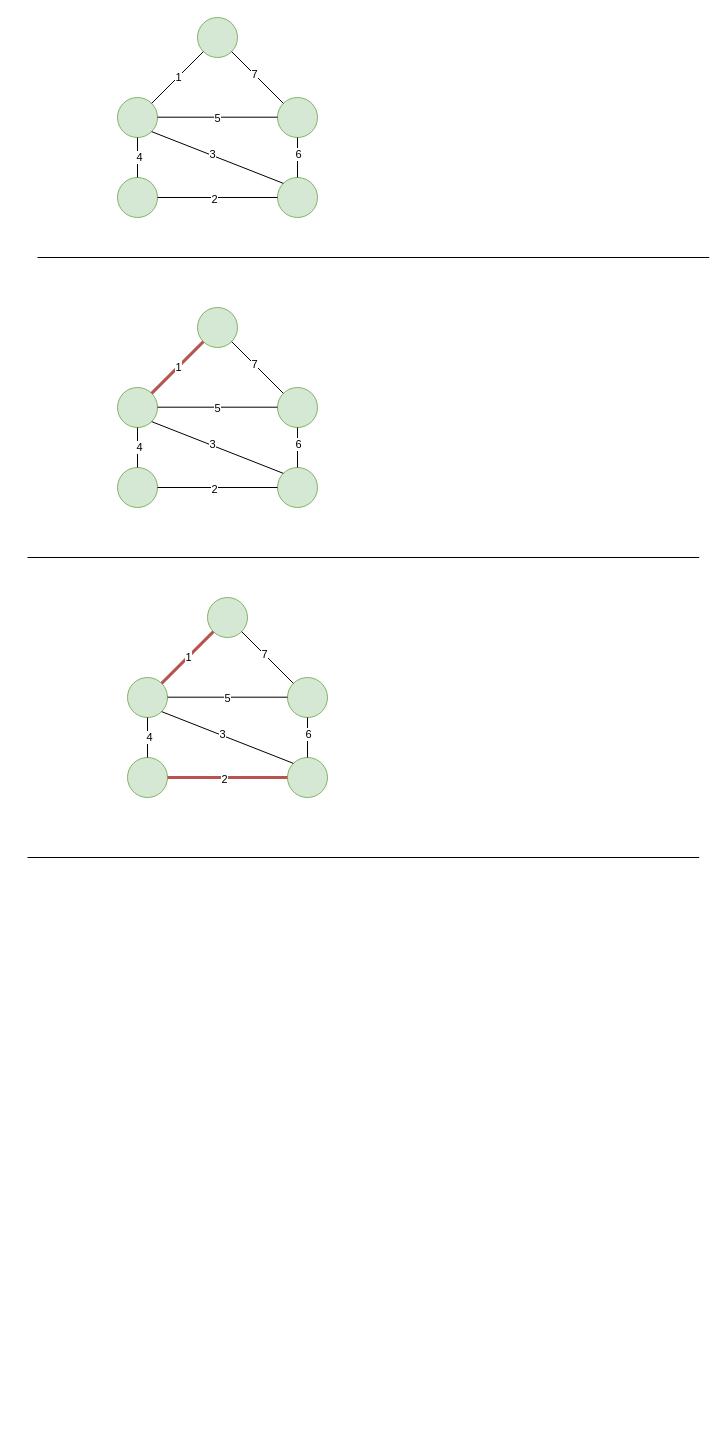
This is krushals.drawio from mahendra49/draw-io, a draw.io file, before an edit. Source tidied: cells renumbered, new cells numbered last; positions are measured from the earlier drawing's top-left corner, leaving out a move shared by most shapes. Both pictures are drawn from the tidied source at 100%, with x=0, y=0 at pixel (27, 17).
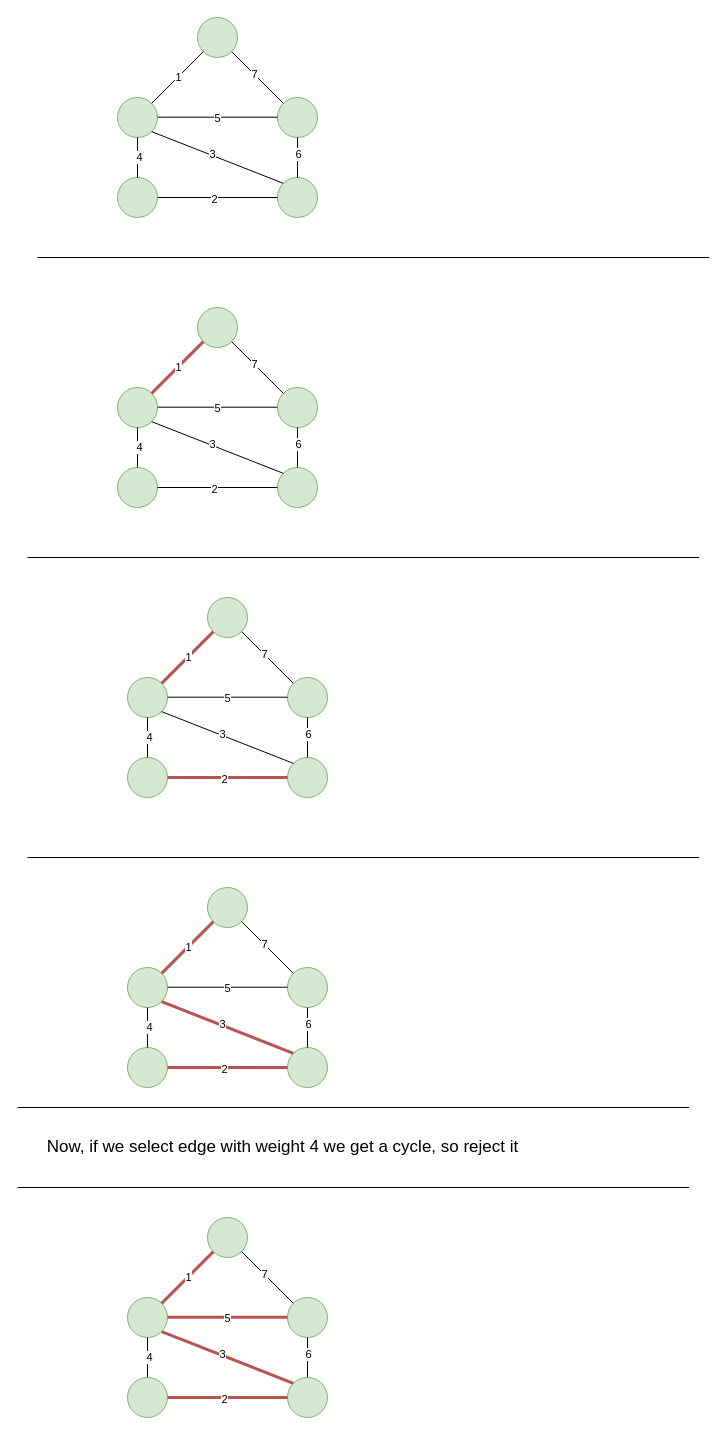
Above is the later version.

Diff of the diagram source:
```diff
@@
+    <mxCell id="62" style="ellipse;whiteSpace=wrap;html=1;fillColor=#d5e8d4;strokeColor=#82b366;" parent="1" vertex="1">
+      <mxGeometry x="180" y="870" width="40" height="40" as="geometry" />
+    </mxCell>
+    <mxCell id="63" style="ellipse;whiteSpace=wrap;html=1;fillColor=#d5e8d4;strokeColor=#82b366;" parent="1" vertex="1">
+      <mxGeometry x="100" y="950" width="40" height="40" as="geometry" />
+    </mxCell>
+    <mxCell id="64" style="ellipse;whiteSpace=wrap;html=1;fillColor=#d5e8d4;strokeColor=#82b366;" parent="1" vertex="1">
+      <mxGeometry x="260" y="950" width="40" height="40" as="geometry" />
+    </mxCell>
+    <mxCell id="65" style="ellipse;whiteSpace=wrap;html=1;fillColor=#d5e8d4;strokeColor=#82b366;" parent="1" vertex="1">
+      <mxGeometry x="100" y="1030" width="40" height="40" as="geometry" />
+    </mxCell>
+    <mxCell id="66" style="ellipse;whiteSpace=wrap;html=1;fillColor=#d5e8d4;strokeColor=#82b366;" parent="1" vertex="1">
+      <mxGeometry x="260" y="1030" width="40" height="40" as="geometry" />
+    </mxCell>
+    <mxCell id="67" style="endArrow=none;html=1;rounded=0;entryX=0;entryY=1;entryDx=0;entryDy=0;exitX=1;exitY=0;exitDx=0;exitDy=0;fillColor=#f8cecc;strokeColor=#b85450;strokeWidth=3;" parent="1" edge="1" source="63" target="62">
+      <mxGeometry relative="1" as="geometry" />
+    </mxCell>
+    <mxCell id="68" value="1" style="edgeLabel;html=1;align=center;verticalAlign=middle;" parent="67" vertex="1">
+      <mxGeometry relative="1" as="geometry" />
+    </mxCell>
+    <mxCell id="69" style="endArrow=none;html=1;rounded=0;entryX=1;entryY=1;entryDx=0;entryDy=0;exitX=0;exitY=0;exitDx=0;exitDy=0;" parent="1" edge="1" source="64" target="62">
+      <mxGeometry relative="1" as="geometry" />
+    </mxCell>
+    <mxCell id="70" value="7" style="edgeLabel;html=1;align=center;verticalAlign=middle;" parent="69" vertex="1">
+      <mxGeometry x="0.14" relative="1" as="geometry" />
+    </mxCell>
+    <mxCell id="71" style="endArrow=none;html=1;rounded=0;exitX=0.5;exitY=1;exitDx=0;exitDy=0;entryX=0.5;entryY=0;entryDx=0;entryDy=0;" parent="1" edge="1" source="63" target="65">
+      <mxGeometry relative="1" as="geometry" />
+    </mxCell>
+    <mxCell id="72" value="4" style="edgeLabel;html=1;align=center;verticalAlign=middle;" parent="71" vertex="1">
+      <mxGeometry x="-0.05" y="1" relative="1" as="geometry" />
+    </mxCell>
+    <mxCell id="73" style="endArrow=none;html=1;rounded=0;exitX=0.5;exitY=1;exitDx=0;exitDy=0;entryX=0.5;entryY=0;entryDx=0;entryDy=0;" parent="1" edge="1" source="64" target="66">
+      <mxGeometry relative="1" as="geometry" />
+    </mxCell>
+    <mxCell id="74" value="6" style="edgeLabel;html=1;align=center;verticalAlign=middle;" parent="73" vertex="1">
+      <mxGeometry x="-0.18" relative="1" as="geometry" />
+    </mxCell>
+    <mxCell id="75" style="endArrow=none;html=1;rounded=0;exitX=1;exitY=0.5;exitDx=0;exitDy=0;entryX=0;entryY=0.5;entryDx=0;entryDy=0;fillColor=#f8cecc;strokeColor=#b85450;strokeWidth=3;" parent="1" edge="1" source="65" target="66">
+      <mxGeometry relative="1" as="geometry" />
+    </mxCell>
+    <mxCell id="76" value="2" style="edgeLabel;html=1;align=center;verticalAlign=middle;" parent="75" vertex="1">
+      <mxGeometry x="-0.07" y="-1" relative="1" as="geometry" />
+    </mxCell>
+    <mxCell id="77" style="endArrow=none;html=1;rounded=0;exitX=1;exitY=0.5;exitDx=0;exitDy=0;entryX=0;entryY=0.5;entryDx=0;entryDy=0;" parent="1" edge="1">
+      <mxGeometry relative="1" as="geometry">
+        <mxPoint x="140" y="969.7" as="sourcePoint" />
+        <mxPoint x="260" y="969.7" as="targetPoint" />
+      </mxGeometry>
+    </mxCell>
+    <mxCell id="78" value="5" style="edgeLabel;html=1;align=center;verticalAlign=middle;" parent="77" vertex="1">
+      <mxGeometry x="-0.02" y="-1" relative="1" as="geometry" />
+    </mxCell>
+    <mxCell id="79" style="endArrow=none;html=1;rounded=0;exitX=1;exitY=1;exitDx=0;exitDy=0;entryX=0;entryY=0;entryDx=0;entryDy=0;fillColor=#f8cecc;strokeColor=#b85450;strokeWidth=3;" parent="1" edge="1" source="63" target="66">
+      <mxGeometry relative="1" as="geometry" />
+    </mxCell>
+    <mxCell id="80" value="3" style="edgeLabel;html=1;align=center;verticalAlign=middle;" parent="79" vertex="1">
+      <mxGeometry x="-0.1" y="1" relative="1" as="geometry" />
+    </mxCell>
+    <mxCell id="81" value="&lt;font style=&quot;font-size: 17px&quot;&gt;Now, if we select edge with weight 4 we get a cycle, so reject it&lt;/font&gt;" style="text;html=1;align=center;verticalAlign=middle;strokeColor=none;fillColor=none;" parent="1" vertex="1">
+      <mxGeometry x="10" y="1120" width="490" height="20" as="geometry" />
+    </mxCell>
+    <mxCell id="82" style="endArrow=none;html=1;rounded=0;" parent="1" edge="1">
+      <mxGeometry relative="1" as="geometry">
+        <mxPoint x="-10" y="1090" as="sourcePoint" />
+        <mxPoint x="661.7" y="1090" as="targetPoint" />
+      </mxGeometry>
+    </mxCell>
+    <mxCell id="83" style="ellipse;whiteSpace=wrap;html=1;fillColor=#d5e8d4;strokeColor=#82b366;" parent="1" vertex="1">
+      <mxGeometry x="180" y="1200" width="40" height="40" as="geometry" />
+    </mxCell>
+    <mxCell id="84" style="ellipse;whiteSpace=wrap;html=1;fillColor=#d5e8d4;strokeColor=#82b366;" parent="1" vertex="1">
+      <mxGeometry x="100" y="1280" width="40" height="40" as="geometry" />
+    </mxCell>
+    <mxCell id="85" style="ellipse;whiteSpace=wrap;html=1;fillColor=#d5e8d4;strokeColor=#82b366;" parent="1" vertex="1">
+      <mxGeometry x="260" y="1280" width="40" height="40" as="geometry" />
+    </mxCell>
+    <mxCell id="86" style="ellipse;whiteSpace=wrap;html=1;fillColor=#d5e8d4;strokeColor=#82b366;" parent="1" vertex="1">
+      <mxGeometry x="100" y="1360" width="40" height="40" as="geometry" />
+    </mxCell>
+    <mxCell id="87" style="ellipse;whiteSpace=wrap;html=1;fillColor=#d5e8d4;strokeColor=#82b366;" parent="1" vertex="1">
+      <mxGeometry x="260" y="1360" width="40" height="40" as="geometry" />
+    </mxCell>
+    <mxCell id="88" style="endArrow=none;html=1;rounded=0;entryX=0;entryY=1;entryDx=0;entryDy=0;exitX=1;exitY=0;exitDx=0;exitDy=0;fillColor=#f8cecc;strokeColor=#b85450;strokeWidth=3;" parent="1" edge="1" source="84" target="83">
+      <mxGeometry relative="1" as="geometry" />
+    </mxCell>
+    <mxCell id="89" value="1" style="edgeLabel;html=1;align=center;verticalAlign=middle;" parent="88" vertex="1">
+      <mxGeometry relative="1" as="geometry" />
+    </mxCell>
+    <mxCell id="90" style="endArrow=none;html=1;rounded=0;entryX=1;entryY=1;entryDx=0;entryDy=0;exitX=0;exitY=0;exitDx=0;exitDy=0;" parent="1" edge="1" source="85" target="83">
+      <mxGeometry relative="1" as="geometry" />
+    </mxCell>
+    <mxCell id="91" value="7" style="edgeLabel;html=1;align=center;verticalAlign=middle;" parent="90" vertex="1">
+      <mxGeometry x="0.14" relative="1" as="geometry" />
+    </mxCell>
+    <mxCell id="92" style="endArrow=none;html=1;rounded=0;exitX=0.5;exitY=1;exitDx=0;exitDy=0;entryX=0.5;entryY=0;entryDx=0;entryDy=0;" parent="1" edge="1" source="84" target="86">
+      <mxGeometry relative="1" as="geometry" />
+    </mxCell>
+    <mxCell id="93" value="4" style="edgeLabel;html=1;align=center;verticalAlign=middle;" parent="92" vertex="1">
+      <mxGeometry x="-0.05" y="1" relative="1" as="geometry" />
+    </mxCell>
+    <mxCell id="94" style="endArrow=none;html=1;rounded=0;exitX=0.5;exitY=1;exitDx=0;exitDy=0;entryX=0.5;entryY=0;entryDx=0;entryDy=0;" parent="1" edge="1" source="85" target="87">
+      <mxGeometry relative="1" as="geometry" />
+    </mxCell>
+    <mxCell id="95" value="6" style="edgeLabel;html=1;align=center;verticalAlign=middle;" parent="94" vertex="1">
+      <mxGeometry x="-0.18" relative="1" as="geometry" />
+    </mxCell>
+    <mxCell id="96" style="endArrow=none;html=1;rounded=0;exitX=1;exitY=0.5;exitDx=0;exitDy=0;entryX=0;entryY=0.5;entryDx=0;entryDy=0;fillColor=#f8cecc;strokeColor=#b85450;strokeWidth=3;" parent="1" edge="1" source="86" target="87">
+      <mxGeometry relative="1" as="geometry" />
+    </mxCell>
+    <mxCell id="97" value="2" style="edgeLabel;html=1;align=center;verticalAlign=middle;" parent="96" vertex="1">
+      <mxGeometry x="-0.07" y="-1" relative="1" as="geometry" />
+    </mxCell>
+    <mxCell id="98" style="endArrow=none;html=1;rounded=0;exitX=1;exitY=0.5;exitDx=0;exitDy=0;entryX=0;entryY=0.5;entryDx=0;entryDy=0;fillColor=#f8cecc;strokeColor=#b85450;strokeWidth=3;" parent="1" edge="1">
+      <mxGeometry relative="1" as="geometry">
+        <mxPoint x="140" y="1299.7" as="sourcePoint" />
+        <mxPoint x="260" y="1299.7" as="targetPoint" />
+      </mxGeometry>
+    </mxCell>
+    <mxCell id="99" value="5" style="edgeLabel;html=1;align=center;verticalAlign=middle;" parent="98" vertex="1">
+      <mxGeometry x="-0.02" y="-1" relative="1" as="geometry" />
+    </mxCell>
+    <mxCell id="100" style="endArrow=none;html=1;rounded=0;exitX=1;exitY=1;exitDx=0;exitDy=0;entryX=0;entryY=0;entryDx=0;entryDy=0;fillColor=#f8cecc;strokeColor=#b85450;strokeWidth=3;" parent="1" edge="1" source="84" target="87">
+      <mxGeometry relative="1" as="geometry" />
+    </mxCell>
+    <mxCell id="101" value="3" style="edgeLabel;html=1;align=center;verticalAlign=middle;" parent="100" vertex="1">
+      <mxGeometry x="-0.1" y="1" relative="1" as="geometry" />
+    </mxCell>
+    <mxCell id="102" style="endArrow=none;html=1;rounded=0;" parent="1" edge="1">
+      <mxGeometry relative="1" as="geometry">
+        <mxPoint x="-10" y="1170" as="sourcePoint" />
+        <mxPoint x="661.7" y="1170" as="targetPoint" />
+      </mxGeometry>
+    </mxCell>
```
